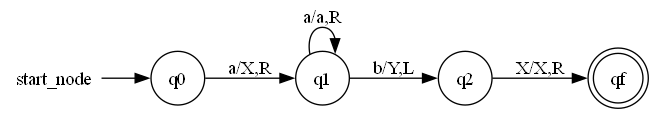
Before: automata.png, a diagram exported from Graphviz (Alberto3001/Autoflow). Its source is kept beside it as automata.dot.
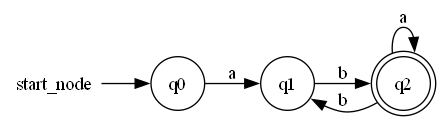
Later version of the same file.

What changed in the source:
```diff
@@ -1,13 +1,12 @@
 digraph "Automata automata" {
     rankdir=LR; // Dirección del grafo: de izquierda a derecha
-    "q2" [label="q2", shape=circle];
     "q1" [label="q1", shape=circle];
-    "qf" [label="qf", shape=doublecircle];
+    "q2" [label="q2", shape=doublecircle];
     "q0" [label="q0", shape=circle];
     node [shape=none, width=0, height=0]; start_node;
     start_node -> "q0";
-    "q0" -> "q1" [label="a/X,R"];
-    "q1" -> "q1" [label="a/a,R"];
-    "q1" -> "q2" [label="b/Y,L"];
-    "q2" -> "qf" [label="X/X,R"];
+    "q0" -> "q1" [label="a"];
+    "q1" -> "q2" [label="b"];
+    "q2" -> "q2" [label="a"];
+    "q2" -> "q1" [label="b"];
 }
```
